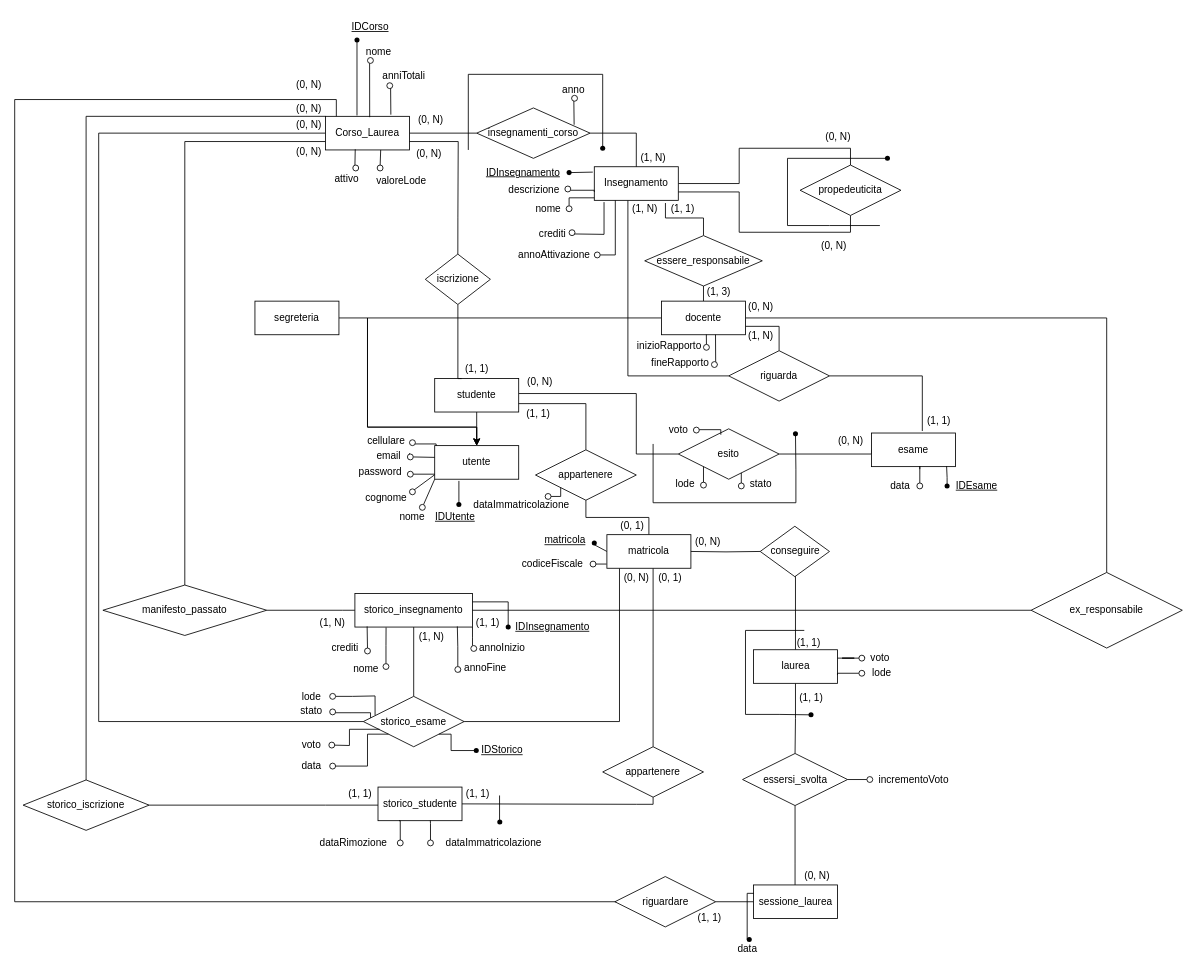
The draw.io diagram page "ER" (1 of 3) of uni.drawio in michelebolis/UniversityExamSystem, before the edit. Source tidied: cells renumbered, new cells numbered last; positions are measured from the earlier drawing's top-left corner, leaving out a move shared by most shapes. Both pictures are drawn from the tidied source at 84%, with x=0, y=0 at pixel (14, 14).
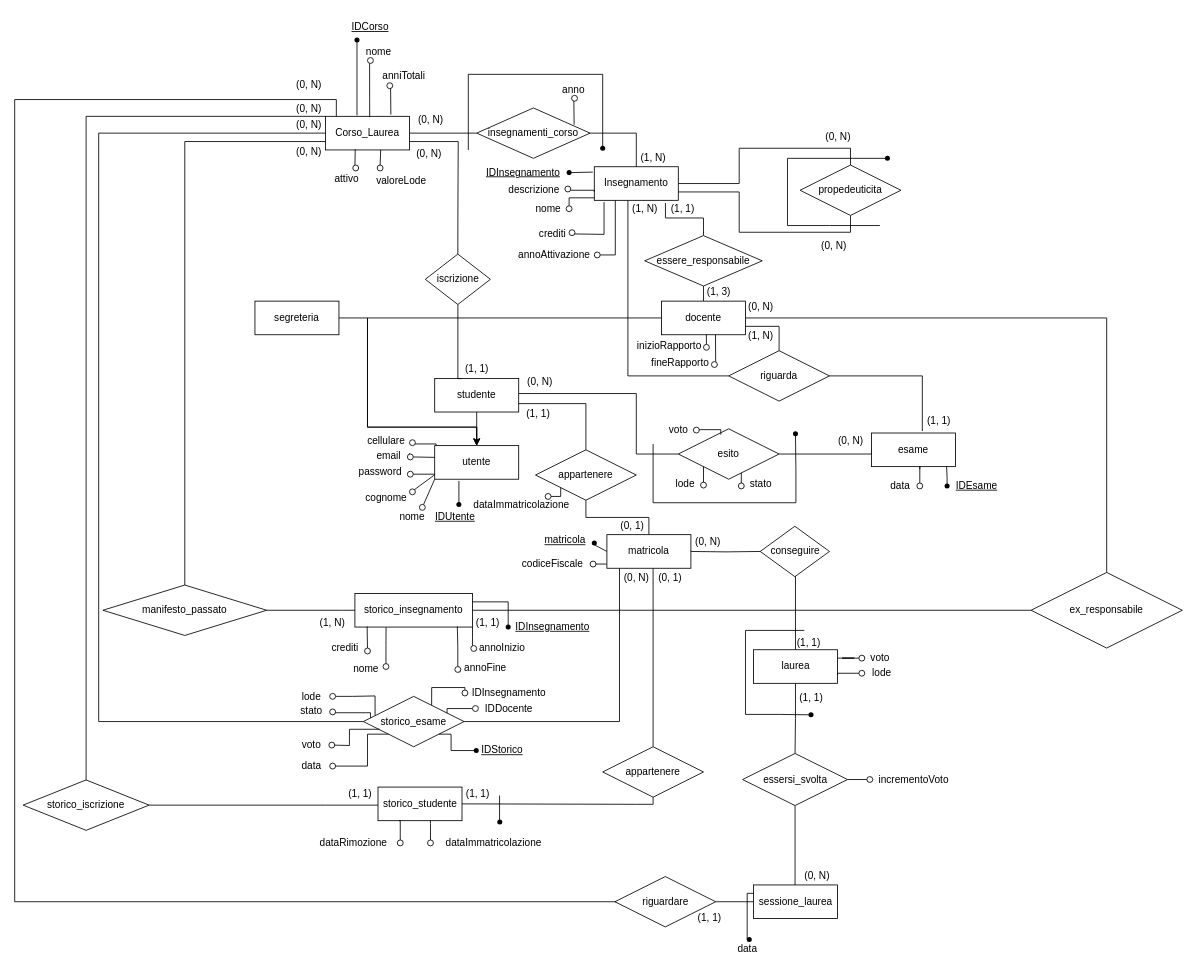
After the change.

The change refers to these unchanged cells:
```xml
<mxCell id="57" value="storico_insegnamento" style="whiteSpace=wrap;html=1;align=center;" parent="1" vertex="1">
  <mxGeometry x="405" y="689" width="140" height="40" as="geometry" />
</mxCell>
<mxCell id="66" value="storico_esame" style="shape=rhombus;perimeter=rhombusPerimeter;whiteSpace=wrap;html=1;align=center;" parent="1" vertex="1">
  <mxGeometry x="415" y="811.5" width="120" height="60" as="geometry" />
</mxCell>
```

Diff of the diagram source:
```diff
@@
-    <mxCell id="55" style="edgeStyle=orthogonalEdgeStyle;rounded=0;jettySize=auto;html=1;entryX=0.5;entryY=0;entryDx=0;entryDy=0;exitX=0.5;exitY=1;exitDx=0;exitDy=0;endArrow=none;endFill=0;" parent="1" edge="1" source="57" target="66">
-      <mxGeometry relative="1" as="geometry">
-        <Array as="points">
-          <mxPoint x="475" y="812" />
-        </Array>
-      </mxGeometry>
-    </mxCell>
@@
-    <mxCell id="153" value="(1, N)" style="text;html=1;align=center;verticalAlign=middle;strokeColor=none;fillColor=none;" parent="1" vertex="1">
-      <mxGeometry x="471" y="726" width="50" height="30" as="geometry" />
-    </mxCell>
@@
+    <mxCell id="254" value="IDInsegnamento" style="text;html=1;align=center;verticalAlign=middle;strokeColor=none;fillColor=none;" parent="1" vertex="1">
+      <mxGeometry x="532.5" y="792.5" width="110" height="30" as="geometry" />
+    </mxCell>
+    <mxCell id="255" value="IDDocente" style="text;html=1;align=center;verticalAlign=middle;strokeColor=none;fillColor=none;" parent="1" vertex="1">
+      <mxGeometry x="548" y="811.5" width="80" height="30" as="geometry" />
+    </mxCell>
+    <mxCell id="256" style="edgeStyle=orthogonalEdgeStyle;rounded=0;jettySize=auto;html=1;entryX=0.678;entryY=0.178;entryDx=0;entryDy=0;entryPerimeter=0;endArrow=none;endFill=0;" parent="1" edge="1" source="257" target="66">
+      <mxGeometry relative="1" as="geometry">
+        <Array as="points">
+          <mxPoint x="536" y="801" />
+          <mxPoint x="496" y="801" />
+        </Array>
+      </mxGeometry>
+    </mxCell>
+    <mxCell id="257" style="ellipse;whiteSpace=wrap;html=1;" parent="1" vertex="1">
+      <mxGeometry x="532.5" y="804" width="7" height="7" as="geometry" />
+    </mxCell>
+    <mxCell id="258" style="edgeStyle=orthogonalEdgeStyle;rounded=0;jettySize=auto;html=1;endArrow=none;endFill=0;entryX=0.831;entryY=0.336;entryDx=0;entryDy=0;entryPerimeter=0;" parent="1" edge="1" source="259" target="66">
+      <mxGeometry relative="1" as="geometry">
+        <Array as="points">
+          <mxPoint x="515" y="826" />
+        </Array>
+      </mxGeometry>
+    </mxCell>
+    <mxCell id="259" style="ellipse;whiteSpace=wrap;html=1;" parent="1" vertex="1">
+      <mxGeometry x="545" y="822.5" width="7" height="7" as="geometry" />
+    </mxCell>
```
